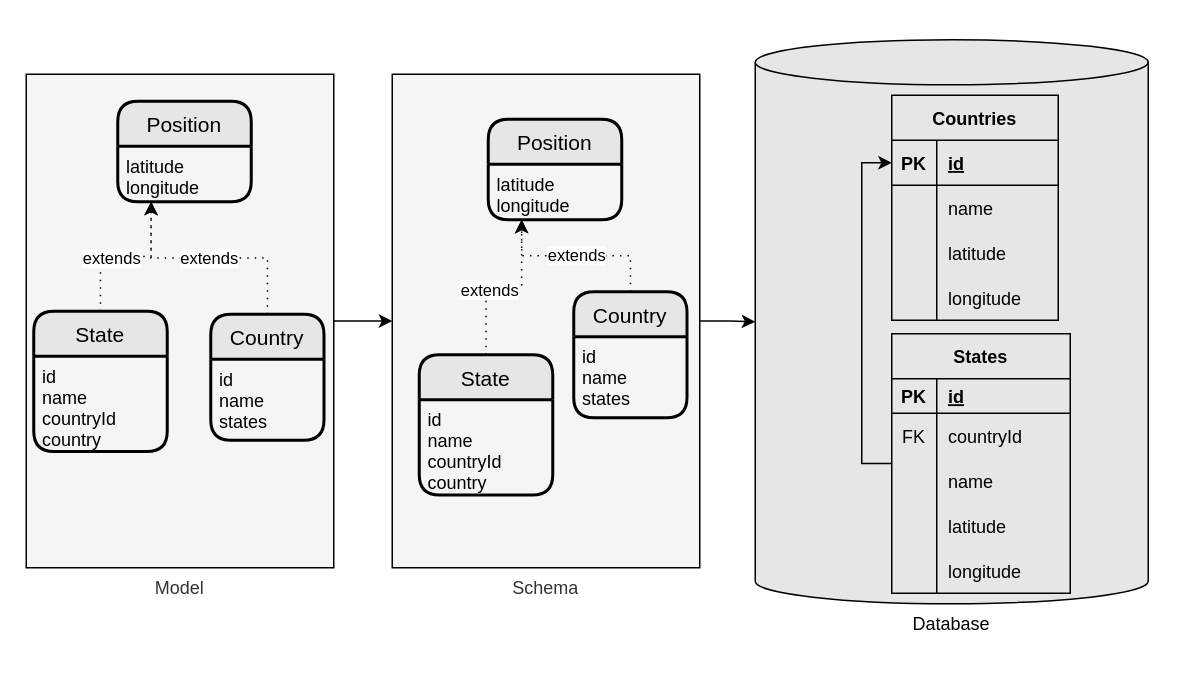
Above: design/schema2.drawio in lambda-orm/lambdaorm (draw.io), before the change. Source tidied: cells renumbered, new cells numbered last; positions are measured from the earlier drawing's top-left corner, leaving out a move shared by most shapes. Both pictures are drawn from the tidied source at 150%, with x=0, y=0 at pixel (26, 39).
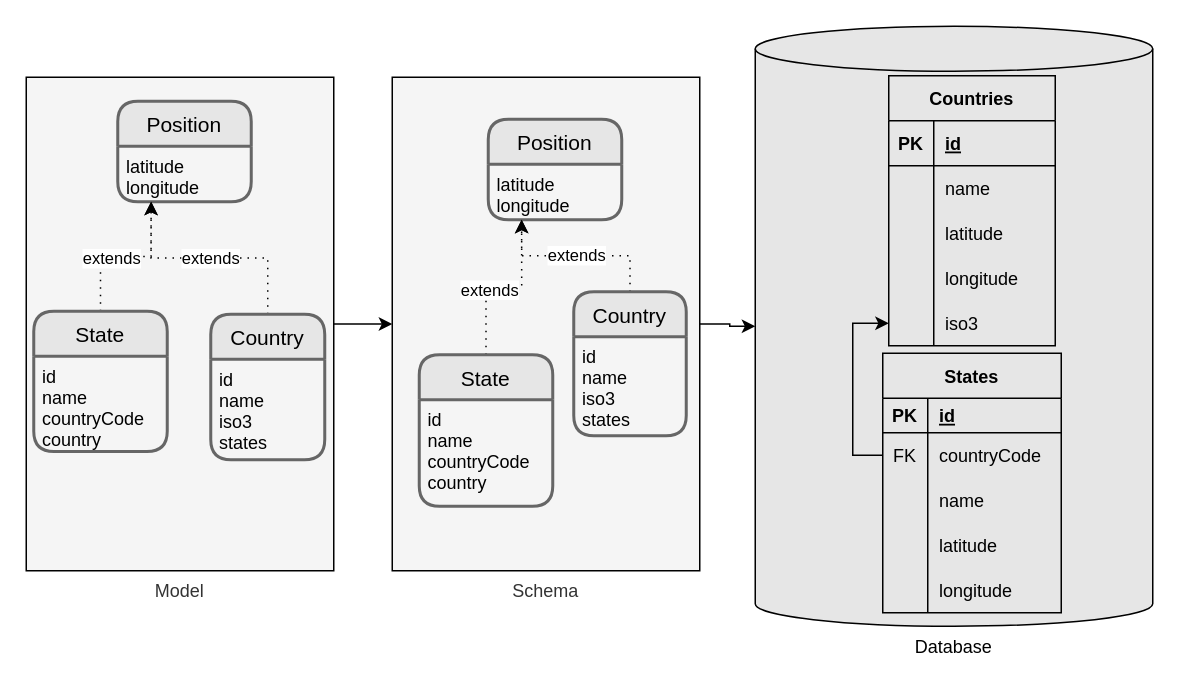
The same page after the edit.

The change refers to these unchanged cells:
```xml
<mxCell id="12" style="shape=partialRectangle;fillColor=none;top=0;left=0;bottom=1;right=0;points=[[0,0.5],[1,0.5]];portConstraint=eastwest;" parent="11" vertex="1">
  <mxGeometry y="30" width="111" height="30" as="geometry" />
</mxCell>
<mxCell id="29" style="shape=partialRectangle;fillColor=none;top=0;left=0;bottom=0;right=0;points=[[0,0.5],[1,0.5]];portConstraint=eastwest;fontColor=#000000;" parent="25" vertex="1">
  <mxGeometry y="53" width="119" height="30" as="geometry" />
</mxCell>
```

Change to the diagram source:
```diff
@@
     <mxCell id="3" value="Model" style="rounded=0;whiteSpace=wrap;html=1;labelBackgroundColor=none;sketch=0;fillColor=#f5f5f5;fontColor=#333333;strokeColor=#000000;labelPosition=center;verticalLabelPosition=bottom;align=center;verticalAlign=top;" parent="1" vertex="1">
-      <mxGeometry y="23" width="205" height="329" as="geometry" />
+      <mxGeometry y="25" width="205" height="329" as="geometry" />
     </mxCell>
     <mxCell id="4" value="Database" style="shape=cylinder3;whiteSpace=wrap;html=1;boundedLbl=1;backgroundOutline=1;size=15;fillColor=#E6E6E6;strokeColor=#000000;labelPosition=center;verticalLabelPosition=bottom;align=center;verticalAlign=top;fontColor=#000000;" parent="1" vertex="1">
-      <mxGeometry x="486" width="262" height="376" as="geometry" />
+      <mxGeometry x="486" y="-9" width="265" height="400" as="geometry" />
     </mxCell>
-    <mxCell id="5" value="Position" style="swimlane;horizontal=1;startSize=30;rounded=1;fontSize=14;fontStyle=0;strokeWidth=2;shadow=0;dashed=0;align=center;fontColor=#000000;fillColor=#E6E6E6;" parent="1" vertex="1">
+    <mxCell id="5" value="Position" style="swimlane;horizontal=1;startSize=30;rounded=1;fontSize=14;fontStyle=0;strokeWidth=2;shadow=0;dashed=0;align=center;fontColor=#000000;fillColor=#E6E6E6;strokeColor=#666666;" parent="1" vertex="1">
       <mxGeometry x="61" y="41" width="89" height="67" as="geometry" />
     </mxCell>
@@
-    <mxCell id="9" value="State" style="swimlane;horizontal=1;startSize=30;rounded=1;fontSize=14;fontStyle=0;strokeWidth=2;shadow=0;dashed=0;align=center;fontColor=#000000;fillColor=#E6E6E6;" parent="1" vertex="1">
+    <mxCell id="9" value="State" style="swimlane;horizontal=1;startSize=30;rounded=1;fontSize=14;fontStyle=0;strokeWidth=2;shadow=0;dashed=0;align=center;fontColor=#000000;fillColor=#E6E6E6;strokeColor=#666666;" parent="1" vertex="1">
       <mxGeometry x="5" y="181" width="89" height="93.5" as="geometry" />
     </mxCell>
-    <mxCell id="10" value="id&#10;name&#10;countryId&#10;country" style="align=left;strokeColor=none;fillColor=none;spacingLeft=4;fontSize=12;verticalAlign=top;fontColor=#000000;" parent="9" vertex="1">
+    <mxCell id="10" value="id&#10;name&#10;countryCode&#10;country" style="align=left;strokeColor=none;fillColor=none;spacingLeft=4;fontSize=12;verticalAlign=top;fontColor=#000000;" parent="9" vertex="1">
       <mxGeometry y="30" width="89" height="63.5" as="geometry" />
     </mxCell>
     <mxCell id="11" value="Countries" style="shape=table;startSize=30;childLayout=tableLayout;rowLines=0;fontStyle=1;align=center;fontColor=#000000;strokeColor=#000000;fillColor=#E6E6E6;" parent="1" vertex="1">
-      <mxGeometry x="577" y="37" width="111" height="150" as="geometry" />
+      <mxGeometry x="575" y="24" width="111" height="180" as="geometry" />
     </mxCell>
@@
+    <mxCell id="55" style="shape=partialRectangle;fillColor=none;top=0;left=0;bottom=0;right=0;points=[[0,0.5],[1,0.5]];portConstraint=eastwest;" parent="11" vertex="1">
+      <mxGeometry y="150" width="111" height="30" as="geometry" />
+    </mxCell>
+    <mxCell id="56" style="shape=partialRectangle;fillColor=none;top=0;left=0;bottom=0;right=0;overflow=hidden;" parent="55" vertex="1">
+      <mxGeometry width="30" height="30" as="geometry" />
+    </mxCell>
+    <mxCell id="57" value="iso3" style="shape=partialRectangle;fillColor=none;top=0;left=0;bottom=0;right=0;align=left;spacingLeft=6;overflow=hidden;fontColor=#000000;" parent="55" vertex="1">
+      <mxGeometry x="30" width="81" height="30" as="geometry" />
+    </mxCell>
-    <mxCell id="24" style="edgeStyle=orthogonalEdgeStyle;rounded=0;jettySize=auto;html=1;exitX=0;exitY=0.5;exitDx=0;exitDy=0;entryX=0;entryY=0.5;entryDx=0;entryDy=0;fontColor=#000000;strokeColor=#000000;" parent="1" edge="1" source="25" target="12">
+    <mxCell id="24" style="edgeStyle=orthogonalEdgeStyle;rounded=0;jettySize=auto;html=1;exitX=0;exitY=0.5;exitDx=0;exitDy=0;entryX=0;entryY=0.5;entryDx=0;entryDy=0;fontColor=#000000;strokeColor=#000000;" parent="1" edge="1" source="29" target="55">
       <mxGeometry relative="1" as="geometry" />
     </mxCell>
     <mxCell id="25" value="States" style="shape=table;startSize=30;childLayout=tableLayout;rowLines=0;fontStyle=1;align=center;fontColor=#000000;strokeColor=#000000;fillColor=#E6E6E6;" parent="1" vertex="1">
-      <mxGeometry x="577" y="196" width="119" height="173" as="geometry" />
+      <mxGeometry x="571" y="209" width="119" height="173" as="geometry" />
     </mxCell>
@@
-    <mxCell id="31" value="countryId" style="shape=partialRectangle;fillColor=none;top=0;left=0;bottom=0;right=0;align=left;spacingLeft=6;overflow=hidden;fontColor=#000000;" parent="29" vertex="1">
+    <mxCell id="31" value="countryCode" style="shape=partialRectangle;fillColor=none;top=0;left=0;bottom=0;right=0;align=left;spacingLeft=6;overflow=hidden;fontColor=#000000;" parent="29" vertex="1">
       <mxGeometry x="30" width="89" height="30" as="geometry" />
     </mxCell>
@@
-    <mxCell id="42" value="Country" style="swimlane;horizontal=1;startSize=30;rounded=1;fontSize=14;fontStyle=0;strokeWidth=2;shadow=0;dashed=0;align=center;fontColor=#000000;fillColor=#E6E6E6;" parent="1" vertex="1">
-      <mxGeometry x="123" y="183" width="75.5" height="84" as="geometry" />
+    <mxCell id="42" value="Country" style="swimlane;horizontal=1;startSize=30;rounded=1;fontSize=14;fontStyle=0;strokeWidth=2;shadow=0;dashed=0;align=center;fontColor=#000000;fillColor=#E6E6E6;strokeColor=#666666;" parent="1" vertex="1">
+      <mxGeometry x="123" y="183" width="76" height="97" as="geometry" />
     </mxCell>
-    <mxCell id="43" value="id&#10;name&#10;states" style="align=left;strokeColor=none;fillColor=none;spacingLeft=4;fontSize=12;verticalAlign=top;fontColor=#000000;" parent="42" vertex="1">
-      <mxGeometry y="30" width="75.5" height="54" as="geometry" />
+    <mxCell id="43" value="id&#10;name&#10;iso3&#10;states" style="align=left;strokeColor=none;fillColor=none;spacingLeft=4;fontSize=12;verticalAlign=top;fontColor=#000000;" parent="42" vertex="1">
+      <mxGeometry y="30" width="76" height="67" as="geometry" />
     </mxCell>
@@
     <mxCell id="45" value="Schema" style="rounded=0;whiteSpace=wrap;html=1;labelBackgroundColor=none;sketch=0;fillColor=#f5f5f5;fontColor=#333333;strokeColor=#000000;labelPosition=center;verticalLabelPosition=bottom;align=center;verticalAlign=top;" parent="1" vertex="1">
-      <mxGeometry x="244" y="23" width="205" height="329" as="geometry" />
+      <mxGeometry x="244" y="25" width="205" height="329" as="geometry" />
     </mxCell>
-    <mxCell id="46" value="Position" style="swimlane;horizontal=1;startSize=30;rounded=1;fontSize=14;fontStyle=0;strokeWidth=2;shadow=0;dashed=0;align=center;fontColor=#000000;fillColor=#E6E6E6;" parent="1" vertex="1">
+    <mxCell id="46" value="Position" style="swimlane;horizontal=1;startSize=30;rounded=1;fontSize=14;fontStyle=0;strokeWidth=2;shadow=0;dashed=0;align=center;fontColor=#000000;fillColor=#E6E6E6;strokeColor=#666666;" parent="1" vertex="1">
       <mxGeometry x="308" y="53" width="89" height="67" as="geometry" />
     </mxCell>
@@
-    <mxCell id="50" value="State" style="swimlane;horizontal=1;startSize=30;rounded=1;fontSize=14;fontStyle=0;strokeWidth=2;shadow=0;dashed=0;align=center;fontColor=#000000;fillColor=#E6E6E6;" parent="1" vertex="1">
-      <mxGeometry x="262" y="210" width="89" height="93.5" as="geometry" />
+    <mxCell id="50" value="State" style="swimlane;horizontal=1;startSize=30;rounded=1;fontSize=14;fontStyle=0;strokeWidth=2;shadow=0;dashed=0;align=center;fontColor=#000000;fillColor=#E6E6E6;strokeColor=#666666;" parent="1" vertex="1">
+      <mxGeometry x="262" y="210" width="89" height="101" as="geometry" />
     </mxCell>
-    <mxCell id="51" value="id&#10;name&#10;countryId&#10;country" style="align=left;strokeColor=none;fillColor=none;spacingLeft=4;fontSize=12;verticalAlign=top;fontColor=#000000;" parent="50" vertex="1">
-      <mxGeometry y="30" width="89" height="63.5" as="geometry" />
+    <mxCell id="51" value="id&#10;name&#10;countryCode&#10;country" style="align=left;strokeColor=none;fillColor=none;spacingLeft=4;fontSize=12;verticalAlign=top;fontColor=#000000;" parent="50" vertex="1">
+      <mxGeometry y="30" width="89" height="71" as="geometry" />
     </mxCell>
@@
-    <mxCell id="53" value="Country" style="swimlane;horizontal=1;startSize=30;rounded=1;fontSize=14;fontStyle=0;strokeWidth=2;shadow=0;dashed=0;align=center;fontColor=#000000;fillColor=#E6E6E6;" parent="1" vertex="1">
-      <mxGeometry x="365" y="168" width="75.5" height="84" as="geometry" />
+    <mxCell id="53" value="Country" style="swimlane;horizontal=1;startSize=30;rounded=1;fontSize=14;fontStyle=0;strokeWidth=2;shadow=0;dashed=0;align=center;fontColor=#000000;fillColor=#E6E6E6;strokeColor=#666666;" parent="1" vertex="1">
+      <mxGeometry x="365" y="168" width="75" height="96" as="geometry" />
     </mxCell>
-    <mxCell id="54" value="id&#10;name&#10;states" style="align=left;strokeColor=none;fillColor=none;spacingLeft=4;fontSize=12;verticalAlign=top;fontColor=#000000;" parent="53" vertex="1">
-      <mxGeometry y="30" width="75.5" height="54" as="geometry" />
+    <mxCell id="54" value="id&#10;name&#10;iso3&#10;states" style="align=left;strokeColor=none;fillColor=none;spacingLeft=4;fontSize=12;verticalAlign=top;fontColor=#000000;" parent="53" vertex="1">
+      <mxGeometry y="30" width="75" height="66" as="geometry" />
     </mxCell>
```
